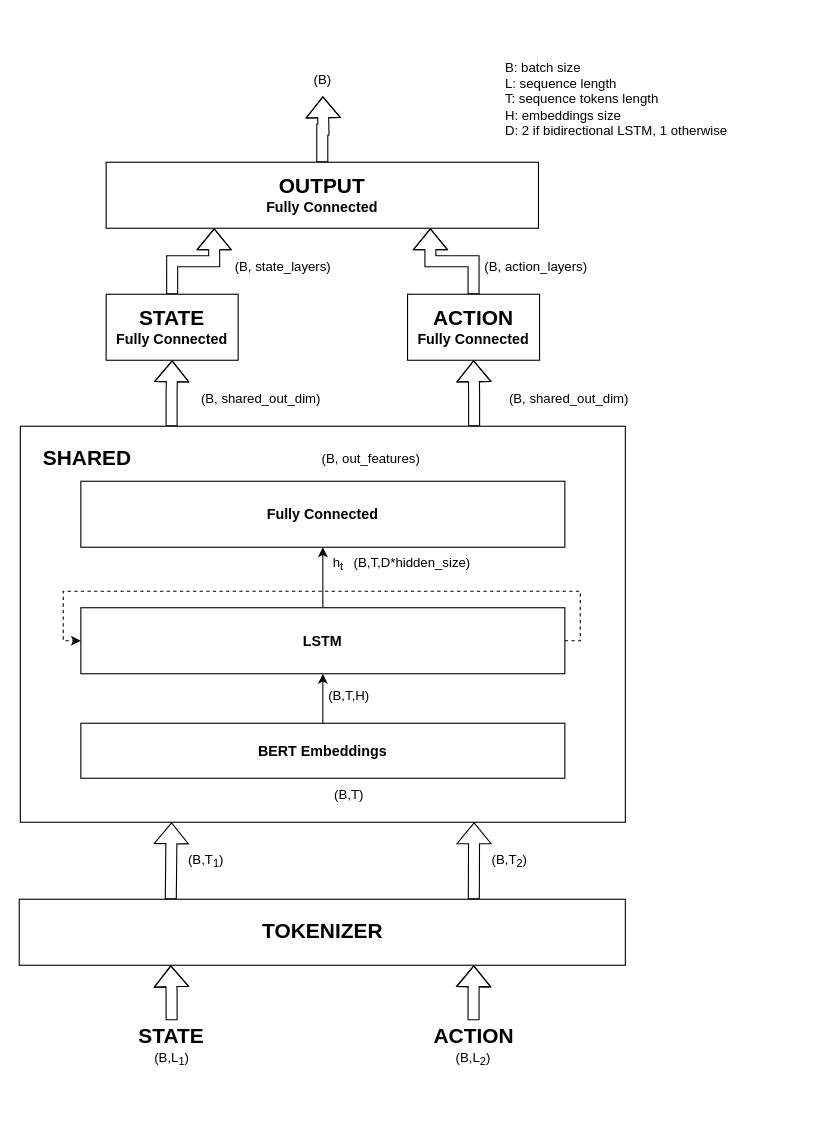
vibalcam/text-games keeps this draw.io diagram as diagrams/bert_lstm.drawio. Above is the earlier version. Source tidied: cells renumbered, new cells numbered last; positions are measured from the earlier drawing's top-left corner, leaving out a move shared by most shapes. Both pictures are drawn from the tidied source at 110%, with x=0, y=0 at pixel (19, 19).
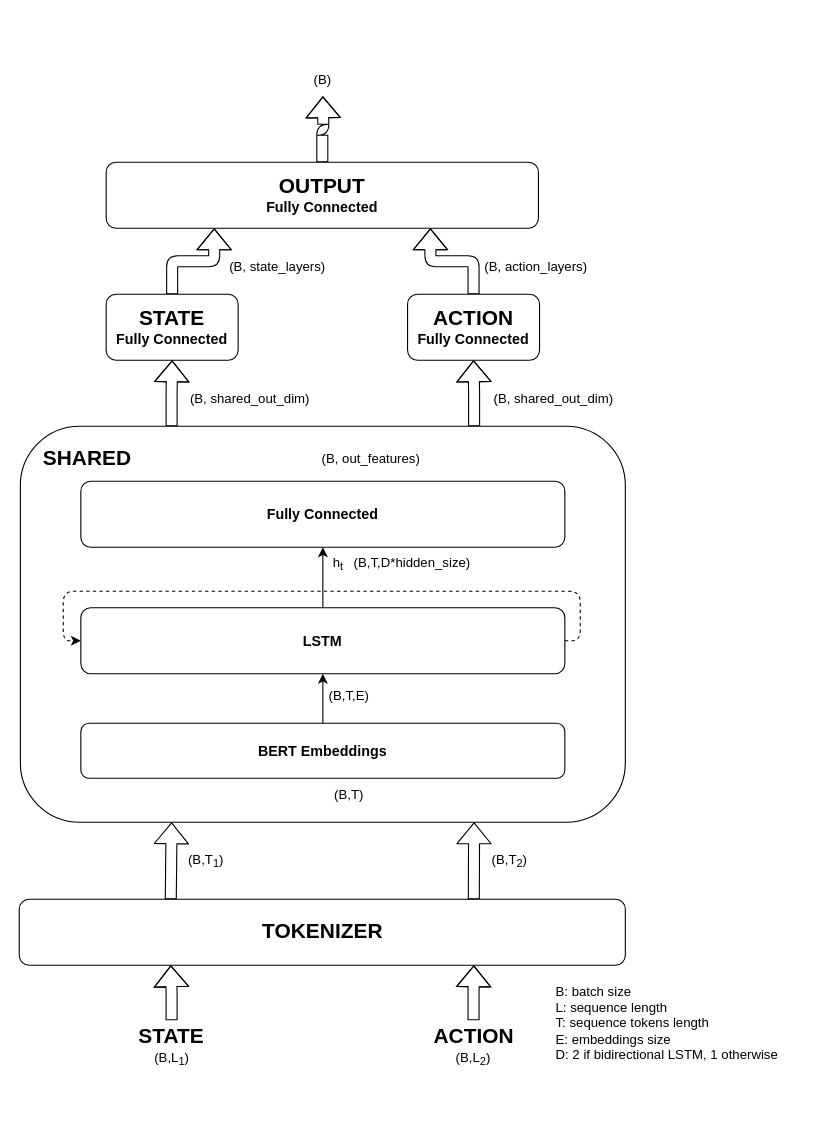
The same diagram, later.

The edit, as a diff of the source:
```diff
@@
-    <mxCell id="2" style="edgeStyle=orthogonalEdgeStyle;rounded=0;jettySize=auto;html=1;exitX=0.25;exitY=0;exitDx=0;exitDy=0;fontSize=13;shape=flexArrow;" parent="1" edge="1" source="4" target="19">
+    <mxCell id="2" style="edgeStyle=orthogonalEdgeStyle;rounded=1;jettySize=auto;html=1;exitX=0.25;exitY=0;exitDx=0;exitDy=0;fontSize=13;shape=flexArrow;" parent="1" edge="1" source="4" target="19">
       <mxGeometry relative="1" as="geometry" />
     </mxCell>
-    <mxCell id="3" style="edgeStyle=orthogonalEdgeStyle;rounded=0;jettySize=auto;html=1;exitX=0.75;exitY=0;exitDx=0;exitDy=0;entryX=0.5;entryY=1;entryDx=0;entryDy=0;fontSize=13;shape=flexArrow;" parent="1" edge="1" source="4" target="23">
+    <mxCell id="3" style="edgeStyle=orthogonalEdgeStyle;rounded=1;jettySize=auto;html=1;exitX=0.75;exitY=0;exitDx=0;exitDy=0;entryX=0.5;entryY=1;entryDx=0;entryDy=0;fontSize=13;shape=flexArrow;" parent="1" edge="1" source="4" target="23">
       <mxGeometry relative="1" as="geometry" />
     </mxCell>
-    <mxCell id="4" style="rounded=0;whiteSpace=wrap;html=1;" parent="1" vertex="1">
+    <mxCell id="4" style="rounded=1;whiteSpace=wrap;html=1;" parent="1" vertex="1">
       <mxGeometry x="1" y="370" width="550" height="360" as="geometry" />
     </mxCell>
-    <mxCell id="5" style="edgeStyle=orthogonalEdgeStyle;rounded=0;jettySize=auto;html=1;" parent="1" edge="1" source="6" target="13">
+    <mxCell id="5" style="edgeStyle=orthogonalEdgeStyle;rounded=1;jettySize=auto;html=1;" parent="1" edge="1" source="6" target="13">
       <mxGeometry relative="1" as="geometry" />
     </mxCell>
-    <mxCell id="6" value="&lt;b&gt;&lt;font style=&quot;font-size: 13px&quot;&gt;BERT Embeddings&lt;/font&gt;&lt;/b&gt;" style="rounded=0;whiteSpace=wrap;html=1;" parent="1" vertex="1">
+    <mxCell id="6" value="&lt;b&gt;&lt;font style=&quot;font-size: 13px&quot;&gt;BERT Embeddings&lt;/font&gt;&lt;/b&gt;" style="rounded=1;whiteSpace=wrap;html=1;" parent="1" vertex="1">
       <mxGeometry x="56" y="640" width="440" height="50" as="geometry" />
     </mxCell>
-    <mxCell id="7" value="&lt;b&gt;&lt;font style=&quot;font-size: 19px&quot;&gt;SHARED&lt;/font&gt;&lt;/b&gt;" style="text;html=1;strokeColor=none;fillColor=none;align=center;verticalAlign=middle;whiteSpace=wrap;rounded=0;" parent="1" vertex="1">
+    <mxCell id="7" value="&lt;b&gt;&lt;font style=&quot;font-size: 19px&quot;&gt;SHARED&lt;/font&gt;&lt;/b&gt;" style="text;html=1;strokeColor=none;fillColor=none;align=center;verticalAlign=middle;whiteSpace=wrap;rounded=1;" parent="1" vertex="1">
       <mxGeometry x="12" y="380" width="100" height="40" as="geometry" />
     </mxCell>
-    <mxCell id="8" style="edgeStyle=orthogonalEdgeStyle;shape=flexArrow;rounded=0;jettySize=auto;html=1;exitX=0.5;exitY=0;exitDx=0;exitDy=0;entryX=0.25;entryY=1;entryDx=0;entryDy=0;fontSize=19;" parent="1" edge="1" source="9" target="14">
+    <mxCell id="8" style="edgeStyle=orthogonalEdgeStyle;shape=flexArrow;rounded=1;jettySize=auto;html=1;exitX=0.5;exitY=0;exitDx=0;exitDy=0;entryX=0.25;entryY=1;entryDx=0;entryDy=0;fontSize=19;" parent="1" edge="1" source="9" target="14">
       <mxGeometry relative="1" as="geometry" />
     </mxCell>
-    <mxCell id="9" value="&lt;b&gt;STATE&lt;/b&gt;" style="text;html=1;strokeColor=none;fillColor=none;align=center;verticalAlign=middle;whiteSpace=wrap;rounded=0;fontSize=19;" parent="1" vertex="1">
+    <mxCell id="9" value="&lt;b&gt;STATE&lt;/b&gt;" style="text;html=1;strokeColor=none;fillColor=none;align=center;verticalAlign=middle;whiteSpace=wrap;rounded=1;fontSize=19;" parent="1" vertex="1">
       <mxGeometry x="102" y="910" width="73" height="30" as="geometry" />
     </mxCell>
-    <mxCell id="10" style="edgeStyle=orthogonalEdgeStyle;shape=flexArrow;rounded=0;jettySize=auto;html=1;exitX=0.5;exitY=0;exitDx=0;exitDy=0;entryX=0.75;entryY=1;entryDx=0;entryDy=0;fontSize=19;" parent="1" edge="1" source="11" target="14">
+    <mxCell id="10" style="edgeStyle=orthogonalEdgeStyle;shape=flexArrow;rounded=1;jettySize=auto;html=1;exitX=0.5;exitY=0;exitDx=0;exitDy=0;entryX=0.75;entryY=1;entryDx=0;entryDy=0;fontSize=19;" parent="1" edge="1" source="11" target="14">
       <mxGeometry relative="1" as="geometry" />
     </mxCell>
-    <mxCell id="11" value="&lt;b&gt;ACTION&lt;/b&gt;" style="text;html=1;strokeColor=none;fillColor=none;align=center;verticalAlign=middle;whiteSpace=wrap;rounded=0;fontSize=19;" parent="1" vertex="1">
+    <mxCell id="11" value="&lt;b&gt;ACTION&lt;/b&gt;" style="text;html=1;strokeColor=none;fillColor=none;align=center;verticalAlign=middle;whiteSpace=wrap;rounded=1;fontSize=19;" parent="1" vertex="1">
       <mxGeometry x="373.5" y="910" width="79" height="30" as="geometry" />
     </mxCell>
-    <mxCell id="12" style="edgeStyle=orthogonalEdgeStyle;rounded=0;jettySize=auto;html=1;" parent="1" edge="1" source="13" target="24">
+    <mxCell id="12" style="edgeStyle=orthogonalEdgeStyle;rounded=1;jettySize=auto;html=1;" parent="1" edge="1" source="13" target="24">
       <mxGeometry relative="1" as="geometry" />
     </mxCell>
-    <mxCell id="13" value="&lt;b&gt;&lt;font style=&quot;font-size: 13px&quot;&gt;LSTM&lt;/font&gt;&lt;/b&gt;" style="rounded=0;whiteSpace=wrap;html=1;" parent="1" vertex="1">
+    <mxCell id="13" value="&lt;b&gt;&lt;font style=&quot;font-size: 13px&quot;&gt;LSTM&lt;/font&gt;&lt;/b&gt;" style="rounded=1;whiteSpace=wrap;html=1;" parent="1" vertex="1">
       <mxGeometry x="56" y="535" width="440" height="60" as="geometry" />
     </mxCell>
-    <mxCell id="14" style="rounded=0;whiteSpace=wrap;html=1;fontSize=13;" parent="1" vertex="1">
+    <mxCell id="14" style="rounded=1;whiteSpace=wrap;html=1;fontSize=13;" parent="1" vertex="1">
       <mxGeometry y="800" width="551" height="60" as="geometry" />
     </mxCell>
-    <mxCell id="15" style="shape=flexArrow;endArrow=classic;html=1;rounded=0;fontSize=13;exitX=0.75;exitY=0;exitDx=0;exitDy=0;entryX=0.75;entryY=1;entryDx=0;entryDy=0;" parent="1" edge="1" source="14">
+    <mxCell id="15" style="shape=flexArrow;endArrow=classic;html=1;rounded=1;fontSize=13;exitX=0.75;exitY=0;exitDx=0;exitDy=0;entryX=0.75;entryY=1;entryDx=0;entryDy=0;" parent="1" edge="1" source="14">
       <mxGeometry relative="1" as="geometry">
         <mxPoint x="413.5" y="730" as="targetPoint" />
       </mxGeometry>
     </mxCell>
-    <mxCell id="16" style="shape=flexArrow;endArrow=classic;html=1;rounded=0;fontSize=13;exitX=0.25;exitY=0;exitDx=0;exitDy=0;entryX=0.25;entryY=1;entryDx=0;entryDy=0;" parent="1" edge="1" source="14">
+    <mxCell id="16" style="shape=flexArrow;endArrow=classic;html=1;rounded=1;fontSize=13;exitX=0.25;exitY=0;exitDx=0;exitDy=0;entryX=0.25;entryY=1;entryDx=0;entryDy=0;" parent="1" edge="1" source="14">
       <mxGeometry relative="1" as="geometry">
         <mxPoint x="138.5" y="730" as="targetPoint" />
       </mxGeometry>
     </mxCell>
-    <mxCell id="17" value="&lt;b&gt;&lt;font style=&quot;font-size: 19px&quot;&gt;TOKENIZER&lt;/font&gt;&lt;/b&gt;" style="text;html=1;strokeColor=none;fillColor=none;align=center;verticalAlign=middle;whiteSpace=wrap;rounded=0;" parent="1" vertex="1">
+    <mxCell id="17" value="&lt;b&gt;&lt;font style=&quot;font-size: 19px&quot;&gt;TOKENIZER&lt;/font&gt;&lt;/b&gt;" style="text;html=1;strokeColor=none;fillColor=none;align=center;verticalAlign=middle;whiteSpace=wrap;rounded=1;" parent="1" vertex="1">
       <mxGeometry x="199" y="810" width="154" height="40" as="geometry" />
     </mxCell>
-    <mxCell id="18" style="edgeStyle=orthogonalEdgeStyle;shape=flexArrow;rounded=0;jettySize=auto;html=1;exitX=0.5;exitY=0;exitDx=0;exitDy=0;entryX=0.25;entryY=1;entryDx=0;entryDy=0;fontSize=13;" parent="1" edge="1" source="19" target="21">
+    <mxCell id="18" style="edgeStyle=orthogonalEdgeStyle;shape=flexArrow;rounded=1;jettySize=auto;html=1;exitX=0.5;exitY=0;exitDx=0;exitDy=0;entryX=0.25;entryY=1;entryDx=0;entryDy=0;fontSize=13;" parent="1" edge="1" source="19" target="21">
       <mxGeometry relative="1" as="geometry" />
     </mxCell>
-    <mxCell id="19" value="&lt;b&gt;&lt;font style=&quot;font-size: 19px&quot;&gt;STATE&lt;/font&gt;&lt;br&gt;Fully Connected&lt;br&gt;&lt;/b&gt;" style="rounded=0;whiteSpace=wrap;html=1;fontSize=13;" parent="1" vertex="1">
+    <mxCell id="19" value="&lt;b&gt;&lt;font style=&quot;font-size: 19px&quot;&gt;STATE&lt;/font&gt;&lt;br&gt;Fully Connected&lt;br&gt;&lt;/b&gt;" style="rounded=1;whiteSpace=wrap;html=1;fontSize=13;" parent="1" vertex="1">
       <mxGeometry x="79" y="250" width="120" height="60" as="geometry" />
     </mxCell>
-    <mxCell id="20" style="edgeStyle=orthogonalEdgeStyle;shape=flexArrow;rounded=0;jettySize=auto;html=1;exitX=0.5;exitY=0;exitDx=0;exitDy=0;fontSize=13;" parent="1" edge="1" source="21">
+    <mxCell id="20" style="edgeStyle=orthogonalEdgeStyle;shape=flexArrow;rounded=1;jettySize=auto;html=1;exitX=0.5;exitY=0;exitDx=0;exitDy=0;fontSize=13;" parent="1" edge="1" source="21">
       <mxGeometry relative="1" as="geometry">
         <mxPoint x="276" y="70" as="targetPoint" />
       </mxGeometry>
     </mxCell>
-    <mxCell id="21" value="&lt;b&gt;&lt;font style=&quot;font-size: 19px&quot;&gt;OUTPUT&lt;/font&gt;&lt;br&gt;Fully Connected&lt;/b&gt;" style="rounded=0;whiteSpace=wrap;html=1;fontSize=13;" parent="1" vertex="1">
+    <mxCell id="21" value="&lt;b&gt;&lt;font style=&quot;font-size: 19px&quot;&gt;OUTPUT&lt;/font&gt;&lt;br&gt;Fully Connected&lt;/b&gt;" style="rounded=1;whiteSpace=wrap;html=1;fontSize=13;" parent="1" vertex="1">
       <mxGeometry x="79" y="130" width="393" height="60" as="geometry" />
     </mxCell>
-    <mxCell id="22" style="edgeStyle=orthogonalEdgeStyle;shape=flexArrow;rounded=0;jettySize=auto;html=1;exitX=0.5;exitY=0;exitDx=0;exitDy=0;entryX=0.75;entryY=1;entryDx=0;entryDy=0;fontSize=13;" parent="1" edge="1" source="23" target="21">
+    <mxCell id="22" style="edgeStyle=orthogonalEdgeStyle;shape=flexArrow;rounded=1;jettySize=auto;html=1;exitX=0.5;exitY=0;exitDx=0;exitDy=0;entryX=0.75;entryY=1;entryDx=0;entryDy=0;fontSize=13;" parent="1" edge="1" source="23" target="21">
       <mxGeometry relative="1" as="geometry" />
     </mxCell>
-    <mxCell id="23" value="&lt;b&gt;&lt;font style=&quot;font-size: 19px&quot;&gt;ACTION&lt;/font&gt;&lt;br&gt;Fully Connected&lt;br&gt;&lt;/b&gt;" style="rounded=0;whiteSpace=wrap;html=1;fontSize=13;" parent="1" vertex="1">
+    <mxCell id="23" value="&lt;b&gt;&lt;font style=&quot;font-size: 19px&quot;&gt;ACTION&lt;/font&gt;&lt;br&gt;Fully Connected&lt;br&gt;&lt;/b&gt;" style="rounded=1;whiteSpace=wrap;html=1;fontSize=13;" parent="1" vertex="1">
       <mxGeometry x="353" y="250" width="120" height="60" as="geometry" />
     </mxCell>
-    <mxCell id="24" value="&lt;b&gt;&lt;font style=&quot;font-size: 13px&quot;&gt;Fully Connected&lt;/font&gt;&lt;/b&gt;" style="rounded=0;whiteSpace=wrap;html=1;" parent="1" vertex="1">
+    <mxCell id="24" value="&lt;b&gt;&lt;font style=&quot;font-size: 13px&quot;&gt;Fully Connected&lt;/font&gt;&lt;/b&gt;" style="rounded=1;whiteSpace=wrap;html=1;" parent="1" vertex="1">
       <mxGeometry x="56" y="420" width="440" height="60" as="geometry" />
     </mxCell>
-    <mxCell id="25" style="edgeStyle=orthogonalEdgeStyle;rounded=0;orthogonalLoop=1;jettySize=auto;html=1;exitX=1;exitY=0.5;exitDx=0;exitDy=0;entryX=0;entryY=0.5;entryDx=0;entryDy=0;dashed=1;" parent="1" edge="1" source="13" target="13">
+    <mxCell id="25" style="edgeStyle=orthogonalEdgeStyle;rounded=1;orthogonalLoop=1;jettySize=auto;html=1;exitX=1;exitY=0.5;exitDx=0;exitDy=0;entryX=0;entryY=0.5;entryDx=0;entryDy=0;dashed=1;" parent="1" edge="1" source="13" target="13">
       <mxGeometry relative="1" as="geometry">
         <Array as="points">
           <mxPoint x="510" y="565" />
           <mxPoint x="510" y="520" />
           <mxPoint x="40" y="520" />
           <mxPoint x="40" y="565" />
         </Array>
       </mxGeometry>
     </mxCell>
-    <mxCell id="26" value="h&lt;sub&gt;t&amp;nbsp;&lt;/sub&gt;&amp;nbsp; (B,T,D*hidden_size)" style="text;html=1;strokeColor=none;fillColor=none;align=center;verticalAlign=middle;whiteSpace=wrap;rounded=0;" parent="1" vertex="1">
+    <mxCell id="26" value="h&lt;sub&gt;t&amp;nbsp;&lt;/sub&gt;&amp;nbsp; (B,T,D*hidden_size)" style="text;html=1;strokeColor=none;fillColor=none;align=center;verticalAlign=middle;whiteSpace=wrap;rounded=1;" parent="1" vertex="1">
       <mxGeometry x="270" y="480" width="156" height="30" as="geometry" />
     </mxCell>
-    <mxCell id="27" value="(B,L&lt;sub&gt;1&lt;/sub&gt;)" style="text;html=1;strokeColor=none;fillColor=none;align=center;verticalAlign=middle;whiteSpace=wrap;rounded=0;" parent="1" vertex="1">
+    <mxCell id="27" value="(B,L&lt;sub&gt;1&lt;/sub&gt;)" style="text;html=1;strokeColor=none;fillColor=none;align=center;verticalAlign=middle;whiteSpace=wrap;rounded=1;" parent="1" vertex="1">
       <mxGeometry x="108.5" y="930" width="60" height="30" as="geometry" />
     </mxCell>
-    <mxCell id="28" value="(B,L&lt;sub&gt;2&lt;/sub&gt;)" style="text;html=1;strokeColor=none;fillColor=none;align=center;verticalAlign=middle;whiteSpace=wrap;rounded=0;" parent="1" vertex="1">
+    <mxCell id="28" value="(B,L&lt;sub&gt;2&lt;/sub&gt;)" style="text;html=1;strokeColor=none;fillColor=none;align=center;verticalAlign=middle;whiteSpace=wrap;rounded=1;" parent="1" vertex="1">
       <mxGeometry x="383" y="930" width="60" height="30" as="geometry" />
     </mxCell>
-    <mxCell id="29" value="(B,T&lt;sub&gt;2&lt;/sub&gt;)" style="text;html=1;strokeColor=none;fillColor=none;align=center;verticalAlign=middle;whiteSpace=wrap;rounded=0;" parent="1" vertex="1">
+    <mxCell id="29" value="(B,T&lt;sub&gt;2&lt;/sub&gt;)" style="text;html=1;strokeColor=none;fillColor=none;align=center;verticalAlign=middle;whiteSpace=wrap;rounded=1;" parent="1" vertex="1">
       <mxGeometry x="416" y="750" width="60" height="30" as="geometry" />
     </mxCell>
-    <mxCell id="30" value="(B,T&lt;sub&gt;1&lt;/sub&gt;)" style="text;html=1;strokeColor=none;fillColor=none;align=center;verticalAlign=middle;whiteSpace=wrap;rounded=0;" parent="1" vertex="1">
+    <mxCell id="30" value="(B,T&lt;sub&gt;1&lt;/sub&gt;)" style="text;html=1;strokeColor=none;fillColor=none;align=center;verticalAlign=middle;whiteSpace=wrap;rounded=1;" parent="1" vertex="1">
       <mxGeometry x="140" y="750" width="60" height="30" as="geometry" />
     </mxCell>
-    <mxCell id="31" value="(B,T,H)" style="text;html=1;strokeColor=none;fillColor=none;align=center;verticalAlign=middle;whiteSpace=wrap;rounded=0;" parent="1" vertex="1">
+    <mxCell id="31" value="(B,T,E)" style="text;html=1;strokeColor=none;fillColor=none;align=center;verticalAlign=middle;whiteSpace=wrap;rounded=1;" parent="1" vertex="1">
       <mxGeometry x="270" y="600" width="60" height="30" as="geometry" />
     </mxCell>
-    <mxCell id="32" value="(B, out_features)" style="text;html=1;strokeColor=none;fillColor=none;align=center;verticalAlign=middle;whiteSpace=wrap;rounded=0;" parent="1" vertex="1">
+    <mxCell id="32" value="(B, out_features)" style="text;html=1;strokeColor=none;fillColor=none;align=center;verticalAlign=middle;whiteSpace=wrap;rounded=1;" parent="1" vertex="1">
       <mxGeometry x="270" y="385" width="100" height="30" as="geometry" />
     </mxCell>
-    <mxCell id="33" value="(B,T)" style="text;html=1;strokeColor=none;fillColor=none;align=center;verticalAlign=middle;whiteSpace=wrap;rounded=0;" parent="1" vertex="1">
+    <mxCell id="33" value="(B,T)" style="text;html=1;strokeColor=none;fillColor=none;align=center;verticalAlign=middle;whiteSpace=wrap;rounded=1;" parent="1" vertex="1">
       <mxGeometry x="270" y="690" width="60" height="30" as="geometry" />
     </mxCell>
-    <mxCell id="34" value="&lt;div style=&quot;text-align: justify&quot;&gt;B: batch size&lt;/div&gt;&lt;div style=&quot;text-align: justify&quot;&gt;L: sequence length&lt;/div&gt;&lt;div style=&quot;text-align: justify&quot;&gt;T: sequence tokens length&lt;/div&gt;&lt;div style=&quot;text-align: justify&quot;&gt;H: embeddings size&lt;/div&gt;&lt;div style=&quot;text-align: justify&quot;&gt;D: 2 if bidirectional LSTM, 1 otherwise&lt;/div&gt;&lt;div style=&quot;text-align: justify&quot;&gt;&lt;br&gt;&lt;/div&gt;" style="text;html=1;strokeColor=none;fillColor=none;align=left;verticalAlign=middle;whiteSpace=wrap;rounded=0;" parent="1" vertex="1">
-      <mxGeometry x="440" width="240" height="160" as="geometry" />
+    <mxCell id="34" value="&lt;div&gt;B: batch size&lt;/div&gt;&lt;div&gt;L: sequence length&lt;/div&gt;&lt;div&gt;T: sequence tokens length&lt;/div&gt;&lt;div&gt;E: embeddings size&lt;/div&gt;&lt;div&gt;D: 2 if bidirectional LSTM, 1 otherwise&lt;/div&gt;&lt;div&gt;&lt;br&gt;&lt;/div&gt;" style="text;html=1;strokeColor=none;fillColor=none;align=left;verticalAlign=middle;whiteSpace=wrap;rounded=1;" parent="1" vertex="1">
+      <mxGeometry x="486" y="840" width="221" height="160" as="geometry" />
     </mxCell>
-    <mxCell id="35" value="(B, shared_out_dim)" style="text;html=1;strokeColor=none;fillColor=none;align=center;verticalAlign=middle;whiteSpace=wrap;rounded=0;" parent="1" vertex="1">
-      <mxGeometry x="430" y="330" width="140" height="30" as="geometry" />
+    <mxCell id="35" value="(B, shared_out_dim)" style="text;html=1;strokeColor=none;fillColor=none;align=center;verticalAlign=middle;whiteSpace=wrap;rounded=1;" parent="1" vertex="1">
+      <mxGeometry x="416" y="330" width="140" height="30" as="geometry" />
     </mxCell>
-    <mxCell id="36" value="(B, shared_out_dim)" style="text;html=1;strokeColor=none;fillColor=none;align=center;verticalAlign=middle;whiteSpace=wrap;rounded=0;" parent="1" vertex="1">
-      <mxGeometry x="150" y="330" width="140" height="30" as="geometry" />
+    <mxCell id="36" value="(B, shared_out_dim)" style="text;html=1;strokeColor=none;fillColor=none;align=center;verticalAlign=middle;whiteSpace=wrap;rounded=1;" parent="1" vertex="1">
+      <mxGeometry x="140" y="330" width="140" height="30" as="geometry" />
     </mxCell>
-    <mxCell id="37" value="(B, state_layers)" style="text;html=1;strokeColor=none;fillColor=none;align=center;verticalAlign=middle;whiteSpace=wrap;rounded=0;" parent="1" vertex="1">
-      <mxGeometry x="170" y="210" width="140" height="30" as="geometry" />
+    <mxCell id="37" value="(B, state_layers)" style="text;html=1;strokeColor=none;fillColor=none;align=center;verticalAlign=middle;whiteSpace=wrap;rounded=1;" parent="1" vertex="1">
+      <mxGeometry x="180" y="210" width="110" height="30" as="geometry" />
     </mxCell>
-    <mxCell id="38" value="(B, action_layers)" style="text;html=1;strokeColor=none;fillColor=none;align=center;verticalAlign=middle;whiteSpace=wrap;rounded=0;" parent="1" vertex="1">
+    <mxCell id="38" value="(B, action_layers)" style="text;html=1;strokeColor=none;fillColor=none;align=center;verticalAlign=middle;whiteSpace=wrap;rounded=1;" parent="1" vertex="1">
       <mxGeometry x="400" y="210" width="140" height="30" as="geometry" />
     </mxCell>
-    <mxCell id="39" value="(B)" style="text;html=1;strokeColor=none;fillColor=none;align=center;verticalAlign=middle;whiteSpace=wrap;rounded=0;" parent="1" vertex="1">
+    <mxCell id="39" value="(B)" style="text;html=1;strokeColor=none;fillColor=none;align=center;verticalAlign=middle;whiteSpace=wrap;rounded=1;" parent="1" vertex="1">
       <mxGeometry x="206" y="40" width="140" height="30" as="geometry" />
     </mxCell>
```
